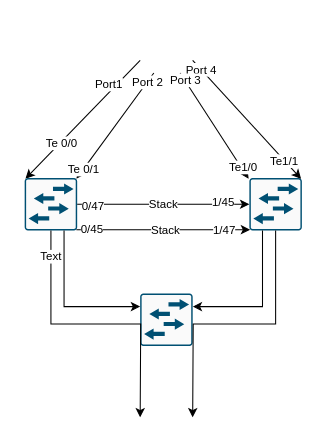
Earlier version of the draw.io diagram page "Aarhus" (1 of 2) of Unavngivet diagram.drawio (DenDanskeMine/draw.io). Source tidied: cells renumbered, new cells numbered last; positions are measured from the earlier drawing's top-left corner, leaving out a move shared by most shapes. Both pictures are drawn from the tidied source at 105%, with x=0, y=0 at pixel (24, 60).
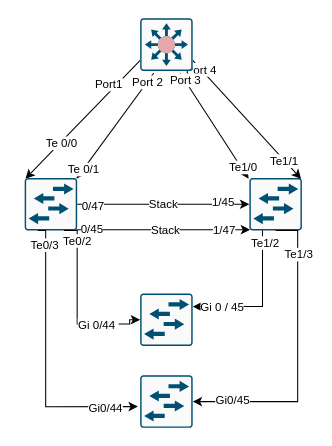
The same page after the edit.

Unchanged cells that the change refers to:
```xml
<mxCell id="5" style="sketch=0;points=[[0.015,0.015,0],[0.985,0.015,0],[0.985,0.985,0],[0.015,0.985,0],[0.25,0,0],[0.5,0,0],[0.75,0,0],[1,0.25,0],[1,0.5,0],[1,0.75,0],[0.75,1,0],[0.5,1,0],[0.25,1,0],[0,0.75,0],[0,0.5,0],[0,0.25,0]];verticalLabelPosition=bottom;html=1;verticalAlign=top;align=center;shape=mxgraph.cisco19.rect;prIcon=l2_switch;fillColor=#FAFAFA;strokeColor=#005073;" parent="1" vertex="1">
  <mxGeometry y="112" width="50" height="50" as="geometry" />
</mxCell>
<mxCell id="6" style="sketch=0;points=[[0.015,0.015,0],[0.985,0.015,0],[0.985,0.985,0],[0.015,0.985,0],[0.25,0,0],[0.5,0,0],[0.75,0,0],[1,0.25,0],[1,0.5,0],[1,0.75,0],[0.75,1,0],[0.5,1,0],[0.25,1,0],[0,0.75,0],[0,0.5,0],[0,0.25,0]];verticalLabelPosition=bottom;html=1;verticalAlign=top;align=center;shape=mxgraph.cisco19.rect;prIcon=l2_switch;fillColor=#FAFAFA;strokeColor=#005073;" parent="1" vertex="1">
  <mxGeometry x="214" y="112" width="50" height="50" as="geometry" />
</mxCell>
<mxCell id="7" style="sketch=0;points=[[0.015,0.015,0],[0.985,0.015,0],[0.985,0.985,0],[0.015,0.985,0],[0.25,0,0],[0.5,0,0],[0.75,0,0],[1,0.25,0],[1,0.5,0],[1,0.75,0],[0.75,1,0],[0.5,1,0],[0.25,1,0],[0,0.75,0],[0,0.5,0],[0,0.25,0]];verticalLabelPosition=bottom;html=1;verticalAlign=top;align=center;shape=mxgraph.cisco19.rect;prIcon=l2_switch;fillColor=#FAFAFA;strokeColor=#005073;" parent="1" vertex="1">
  <mxGeometry x="110" y="222" width="50" height="50" as="geometry" />
</mxCell>
<mxCell id="18" style="edgeStyle=orthogonalEdgeStyle;rounded=0;jettySize=auto;html=1;exitX=0.25;exitY=1;exitDx=0;exitDy=0;exitPerimeter=0;entryX=1;entryY=0.25;entryDx=0;entryDy=0;entryPerimeter=0;strokeColor=light-dark(#000000,#66FF66);" parent="1" edge="1" source="6" target="7">
  <mxGeometry relative="1" as="geometry" />
</mxCell>
```

What changed in the source:
```diff
@@
-    <mxCell id="17" style="edgeStyle=orthogonalEdgeStyle;rounded=0;jettySize=auto;html=1;exitX=0.75;exitY=1;exitDx=0;exitDy=0;exitPerimeter=0;entryX=0;entryY=0.25;entryDx=0;entryDy=0;entryPerimeter=0;strokeColor=light-dark(#000000,#FF0808);" parent="1" edge="1" source="5" target="7">
-      <mxGeometry relative="1" as="geometry" />
+    <mxCell id="17" style="edgeStyle=orthogonalEdgeStyle;rounded=0;jettySize=auto;html=1;exitX=0.25;exitY=1;exitDx=0;exitDy=0;exitPerimeter=0;entryX=-0.043;entryY=0.595;entryDx=0;entryDy=0;entryPerimeter=0;strokeColor=light-dark(#000000,#FF0808);" parent="1" edge="1" source="5" target="36">
+      <mxGeometry relative="1" as="geometry">
+        <Array as="points">
+          <mxPoint x="20" y="162" />
+          <mxPoint x="20" y="330" />
+        </Array>
+      </mxGeometry>
     </mxCell>
+    <mxCell id="29" value="Gi0/44" style="edgeLabel;html=1;align=center;verticalAlign=middle;" parent="17" vertex="1">
+      <mxGeometry x="0.76" y="-1" relative="1" as="geometry" />
+    </mxCell>
+    <mxCell id="30" value="Te0/3" style="edgeLabel;html=1;align=center;verticalAlign=middle;" parent="17" vertex="1">
+      <mxGeometry x="-0.84" y="-2" relative="1" as="geometry" />
+    </mxCell>
@@
+    <mxCell id="31" style="edgeLabel;html=1;align=center;verticalAlign=middle;" parent="18" vertex="1">
+      <mxGeometry x="0.59" relative="1" as="geometry" />
+    </mxCell>
+    <mxCell id="32" value="Gi 0 / 45" style="edgeLabel;html=1;align=center;verticalAlign=middle;" parent="18" vertex="1">
+      <mxGeometry x="0.61" relative="1" as="geometry" />
+    </mxCell>
+    <mxCell id="33" value="Te1/2" style="edgeLabel;html=1;align=center;verticalAlign=middle;" parent="18" vertex="1">
+      <mxGeometry x="-0.84" y="2" relative="1" as="geometry" />
+    </mxCell>
-    <mxCell id="19" style="edgeStyle=orthogonalEdgeStyle;rounded=0;jettySize=auto;html=1;exitX=0.5;exitY=1;exitDx=0;exitDy=0;exitPerimeter=0;entryX=1;entryY=0.25;entryDx=0;entryDy=0;entryPerimeter=0;strokeColor=light-dark(#000000,#66FF66);" parent="1" edge="1" source="6">
-      <mxGeometry relative="1" as="geometry">
-        <mxPoint x="160" y="340" as="targetPoint" />
+    <mxCell id="19" value="Te1/3" style="edgeStyle=orthogonalEdgeStyle;rounded=0;jettySize=auto;html=1;exitX=0.5;exitY=1;exitDx=0;exitDy=0;exitPerimeter=0;entryX=1;entryY=0.5;entryDx=0;entryDy=0;entryPerimeter=0;strokeColor=light-dark(#000000,#66FF66);" parent="1" edge="1" source="6" target="36">
+      <mxGeometry x="-0.69" y="1" relative="1" as="geometry">
+        <Array as="points">
+          <mxPoint x="260" y="162" />
+          <mxPoint x="260" y="325" />
+        </Array>
       </mxGeometry>
     </mxCell>
+    <mxCell id="34" value="Gi0/45" style="edgeLabel;html=1;align=center;verticalAlign=middle;" parent="19" vertex="1">
+      <mxGeometry x="0.74" y="-2" relative="1" as="geometry" />
+    </mxCell>
-    <mxCell id="20" style="edgeStyle=orthogonalEdgeStyle;rounded=0;jettySize=auto;html=1;exitX=0.5;exitY=1;exitDx=0;exitDy=0;exitPerimeter=0;entryX=0;entryY=0.25;entryDx=0;entryDy=0;entryPerimeter=0;strokeColor=light-dark(#000000,#FF0808);" parent="1" edge="1" source="5">
+    <mxCell id="20" style="edgeStyle=orthogonalEdgeStyle;rounded=0;jettySize=auto;html=1;exitX=0.75;exitY=1;exitDx=0;exitDy=0;exitPerimeter=0;strokeColor=light-dark(#000000,#FF0808);entryX=0;entryY=0.5;entryDx=0;entryDy=0;entryPerimeter=0;" parent="1" edge="1" source="5" target="7">
       <mxGeometry relative="1" as="geometry">
-        <mxPoint x="110" y="340" as="targetPoint" />
+        <Array as="points">
+          <mxPoint x="50" y="162" />
+          <mxPoint x="50" y="251" />
+          <mxPoint x="100" y="251" />
+          <mxPoint x="100" y="247" />
+        </Array>
       </mxGeometry>
     </mxCell>
-    <mxCell id="21" value="Text" style="edgeLabel;html=1;align=center;verticalAlign=middle;" parent="20" vertex="1">
-      <mxGeometry x="-0.82" y="-1" relative="1" as="geometry" />
+    <mxCell id="21" value="Te0/2" style="edgeLabel;html=1;align=center;verticalAlign=middle;" parent="20" vertex="1">
+      <mxGeometry x="-0.82" y="-1" relative="1" as="geometry">
+        <mxPoint y="7" as="offset" />
+      </mxGeometry>
     </mxCell>
+    <mxCell id="35" value="Gi 0/44&amp;nbsp;" style="edgeLabel;html=1;align=center;verticalAlign=middle;" parent="20" vertex="1">
+      <mxGeometry x="0.46" relative="1" as="geometry" />
+    </mxCell>
@@
+    <mxCell id="36" style="sketch=0;points=[[0.015,0.015,0],[0.985,0.015,0],[0.985,0.985,0],[0.015,0.985,0],[0.25,0,0],[0.5,0,0],[0.75,0,0],[1,0.25,0],[1,0.5,0],[1,0.75,0],[0.75,1,0],[0.5,1,0],[0.25,1,0],[0,0.75,0],[0,0.5,0],[0,0.25,0]];verticalLabelPosition=bottom;html=1;verticalAlign=top;align=center;shape=mxgraph.cisco19.rect;prIcon=l2_switch;fillColor=#FAFAFA;strokeColor=#005073;" parent="1" vertex="1">
+      <mxGeometry x="110" y="300" width="50" height="50" as="geometry" />
+    </mxCell>
+    <mxCell id="37" style="sketch=0;verticalLabelPosition=bottom;html=1;verticalAlign=top;align=center;shape=mxgraph.cisco19.rect;prIcon=secure_catalyst_switch_color2;fillColor=#FAFAFA;strokeColor=#005073;" parent="1" vertex="1">
+      <mxGeometry x="110" y="-40" width="50" height="50" as="geometry" />
+    </mxCell>
```
